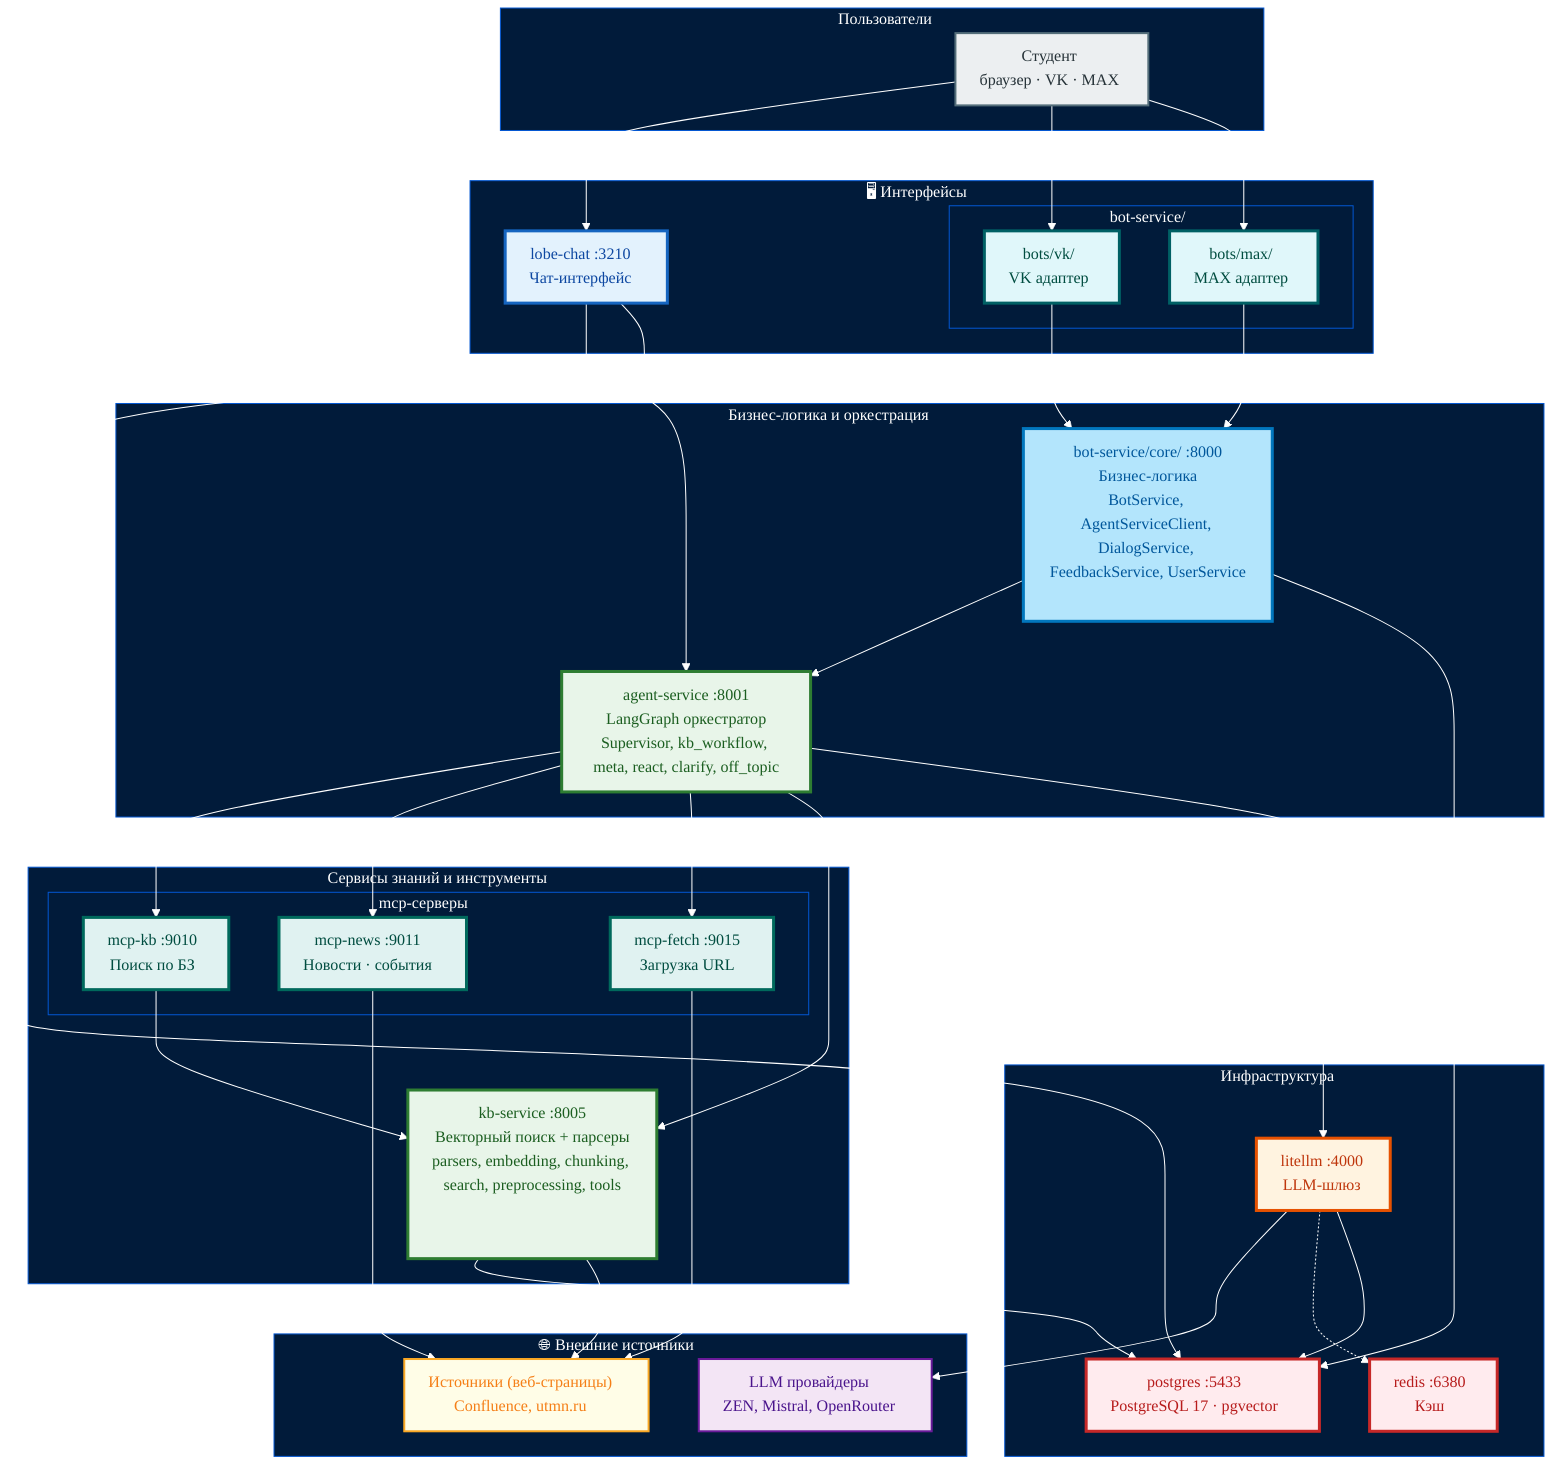
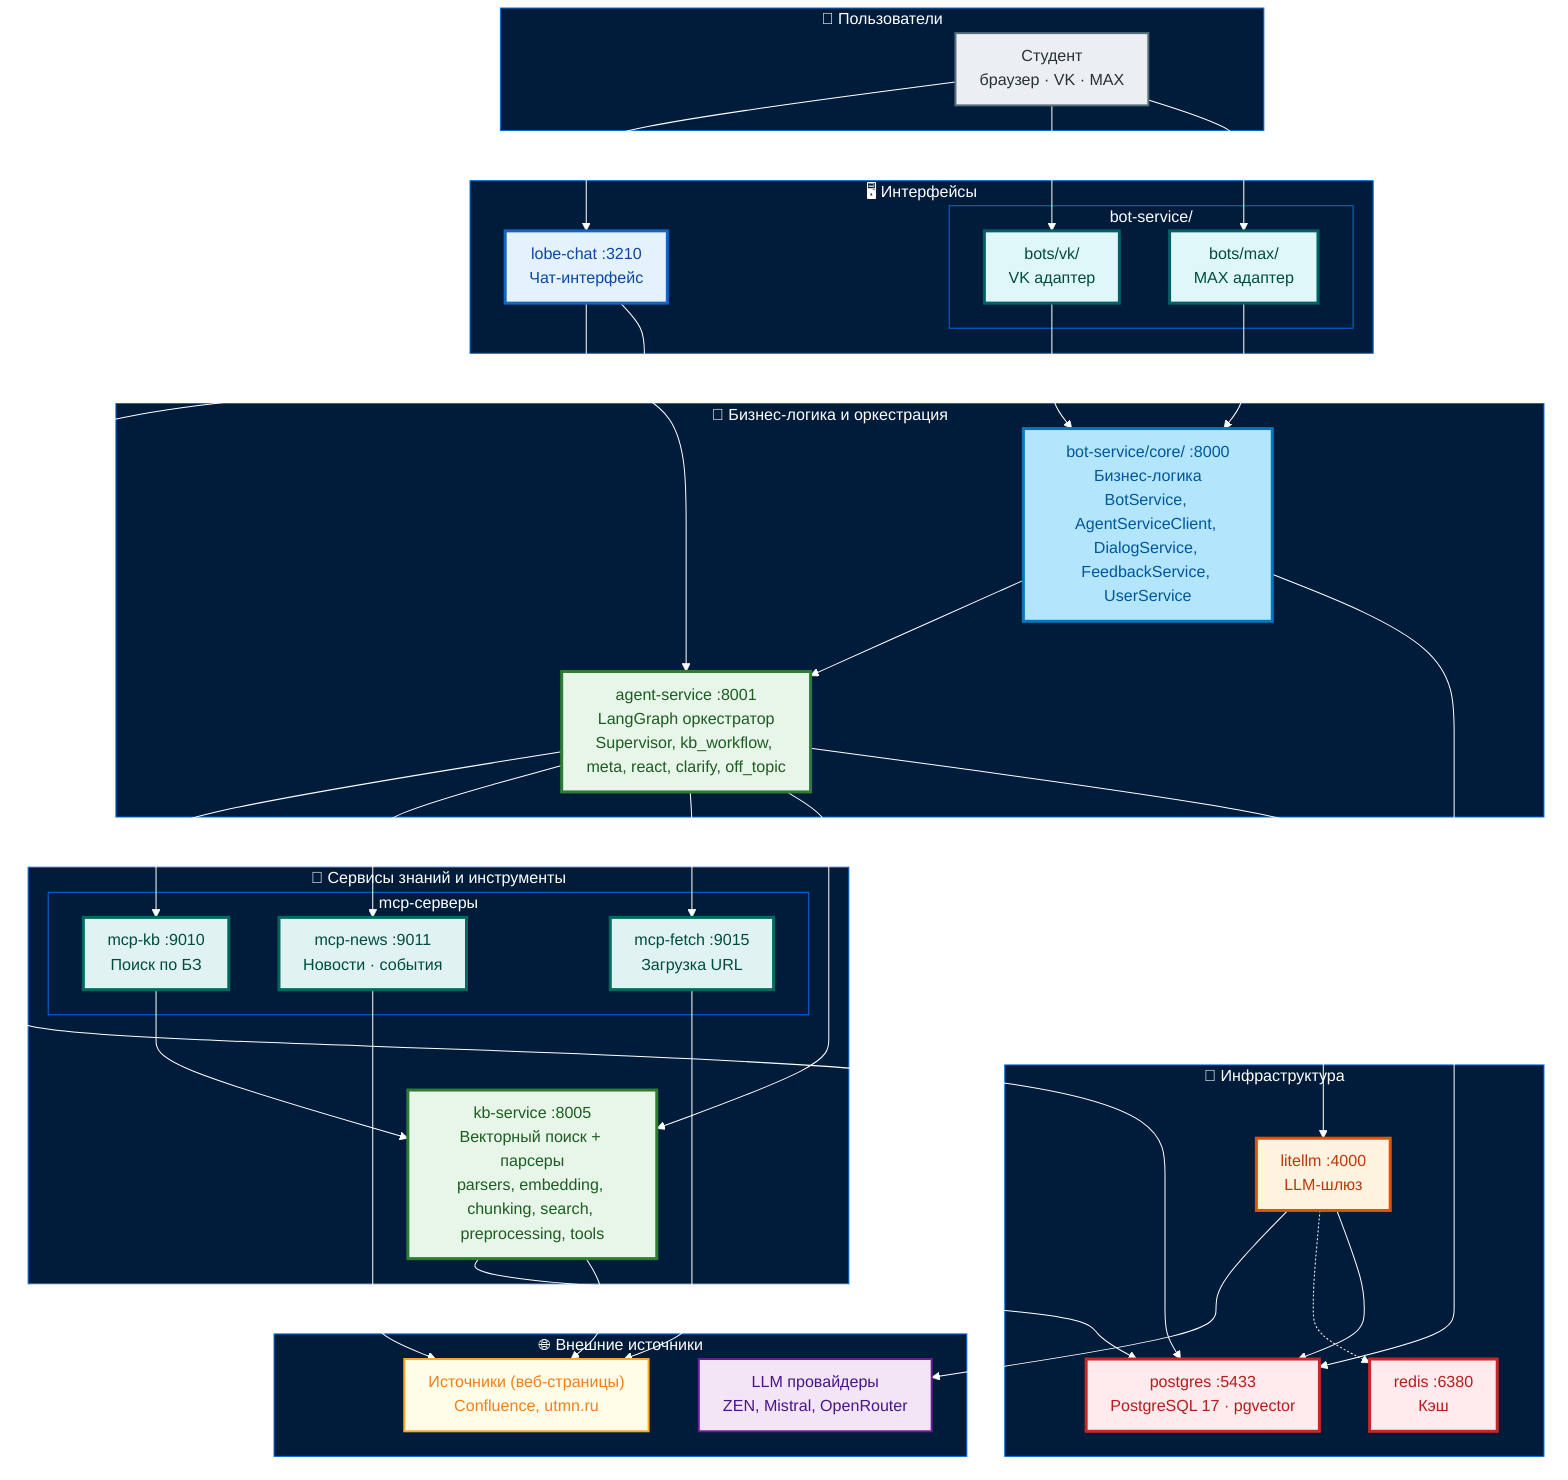
%%{
  init: {
    'theme': 'base',
    'themeVariables': {
      'background': '#011B3A',
-       'primaryColor': '#032B50',
-       'primaryTextColor': '#FFFFFF',
-       'primaryBorderColor': '#046CE0',
+       'primaryColor': '#E8EAF6',
+       'primaryTextColor': '#1A237E',
+       'primaryBorderColor': '#3F51B5',
      'lineColor': '#FFFFFF',
-       'secondaryColor': '#021E39',
-       'tertiaryColor': '#021E39',
+       'secondaryColor': '#FFF8E1',
+       'tertiaryColor': '#E8F5E9',
      'clusterBkg': '#011B3A',
-       'clusterBorder': '#0357D2',
-       'nodeBorder': '#046CE0',
-       'nodeTextColor': '#FFFFFF',
+       'clusterBorder': '#046CE0',
+       'clusterTextColor': '#FFFFFF',
+       'nodeBorder': '#3F51B5',
+       'nodeTextColor': '#1A237E',
      'edgeLabelBackground': '#032B50',
      'edgeLabelColor': '#FFFFFF',
-       'titleColor': '#FFFFFF',
-       'fontFamily': 'Aptos, sans-serif'
+       'titleColor': '#FFFFFF'
    },
    'flowchart': {
      'htmlLabels': true,
      'curve': 'basis',
      'padding': 12
    }
  }
}%%

flowchart TB
    %% Styles
    classDef interface fill:#E3F2FD,stroke:#1565C0,stroke-width:3px,color:#0D47A1
    classDef adapt fill:#E0F7FA,stroke:#006064,stroke-width:3px,color:#004D40
    classDef core fill:#B3E5FC,stroke:#0277BD,stroke-width:3px,color:#01579B
    classDef ms fill:#E8F5E9,stroke:#2E7D32,stroke-width:3px,color:#1B5E20
    classDef gateway fill:#FFF3E0,stroke:#E65100,stroke-width:3px,color:#BF360C
    classDef storage fill:#FFEBEE,stroke:#C62828,stroke-width:3px,color:#B71C1C
    classDef tool fill:#E0F2F1,stroke:#00695C,stroke-width:3px,color:#004D40
    classDef client fill:#ECEFF1,stroke:#546E7A,stroke-width:2px,color:#263238
    classDef provider fill:#F3E5F5,stroke:#6A1B9A,stroke-width:2px,color:#4A148C
    classDef external fill:#FFFDE7,stroke:#F9A825,stroke-width:2px,color:#F57F17

    %% ==============================
    %% ПОЛЬЗОВАТЕЛИ
    %% ==============================
    subgraph Users["👤 Пользователи"]
        STUDENT["Студент<br/>браузер · VK · MAX"]:::client
    end

    %% ==============================
    %% ИНТЕРФЕЙСЫ
    %% ==============================
    subgraph Interfaces["🖥️ Интерфейсы"]
        LOBE["lobe-chat :3210<br/>Чат-интерфейс"]:::interface

        subgraph BotService["bot-service/"]
            BVK["bots/vk/<br/>VK адаптер"]:::adapt
            BMX["bots/max/<br/>MAX адаптер"]:::adapt
        end
    end

    %% ==============================
    %% БИЗНЕС-ЛОГИКА
    %% ==============================
    subgraph Core["🧠 Бизнес-логика и оркестрация"]
        BC["bot-service/core/ :8000<br/>Бизнес-логика<br/>BotService, AgentServiceClient, DialogService, FeedbackService, UserService"]:::core

        AS["agent-service :8001<br/>LangGraph оркестратор<br/>Supervisor, kb_workflow, meta, react, clarify, off_topic"]:::ms
    end

    %% ==============================
    %% ЗНАНИЯ
    %% ==============================
    subgraph Knowledge["🔧 Сервисы знаний и инструменты"]
        subgraph MCP["mcp-серверы"]
            MCPKB["mcp-kb :9010<br/>Поиск по БЗ"]:::tool
            MCPN["mcp-news :9011<br/>Новости · события"]:::tool
            MCPF["mcp-fetch :9015<br/>Загрузка URL"]:::tool
        end

        KB["kb-service :8005<br/>Векторный поиск + парсеры<br/>parsers, embedding, chunking, search, preprocessing, tools"]:::ms
    end

    %% ==============================
    %% ИНФРАСТРУКТУРА
    %% ==============================
    subgraph Infra["💾 Инфраструктура"]
        LLM["litellm :4000<br/>LLM-шлюз"]:::gateway
        PG["postgres :5433<br/>PostgreSQL 17 · pgvector"]:::storage
        RD["redis :6380<br/>Кэш"]:::storage
    end

    %% ==============================
    %% ВНЕШНИЕ
    %% ==============================
    subgraph External["🌐 Внешние источники"]
        EXTSRC["Источники (веб-страницы)<br/>Confluence, utmn.ru"]:::external
        LLM_EXT["LLM провайдеры<br/>ZEN, Mistral, OpenRouter"]:::provider
    end

    %% ==============================
    %% СВЯЗИ
    %% ==============================
    STUDENT --> LOBE
    STUDENT --> BVK
    STUDENT --> BMX

    BVK --> BC
    BMX --> BC
    LOBE --> AS
    BC --> AS

    AS --> MCPKB
    AS --> MCPN
    AS --> MCPF
    AS --> KB
    AS --> LLM

    MCPKB --> KB
    MCPN --> EXTSRC
    MCPF --> EXTSRC

    KB --> PG
    KB --> EXTSRC

    LLM --> LLM_EXT
    LLM -.-> RD
    LLM --> PG

    LOBE --> PG
    BC --> PG
